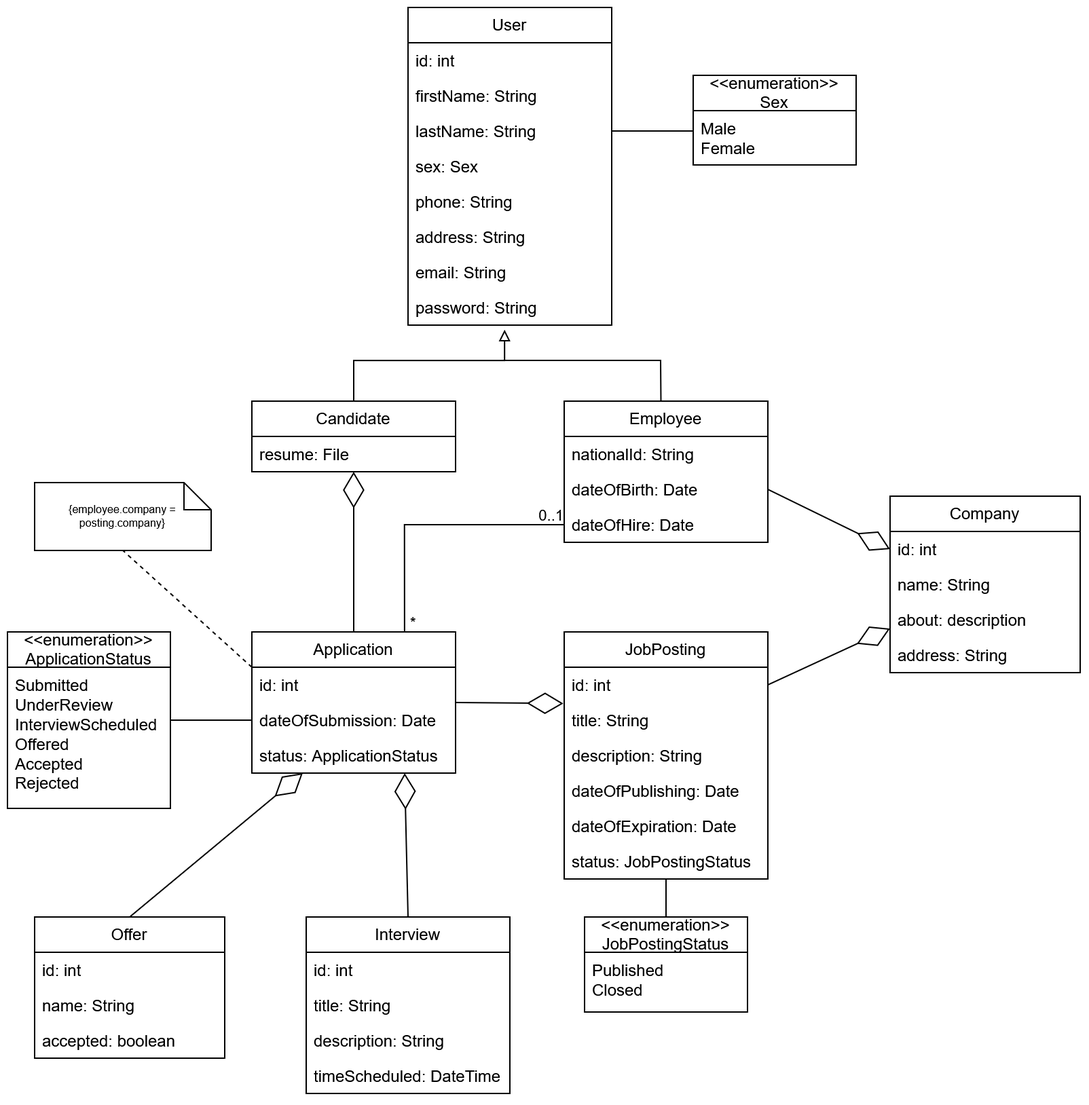
The draw.io diagram UML_Class_Diagram.png in vuk1011/job-application-system, before a commit. Source tidied: cells renumbered, new cells last; positions are measured from the earlier drawing's top-left corner, leaving out a move shared by most shapes.
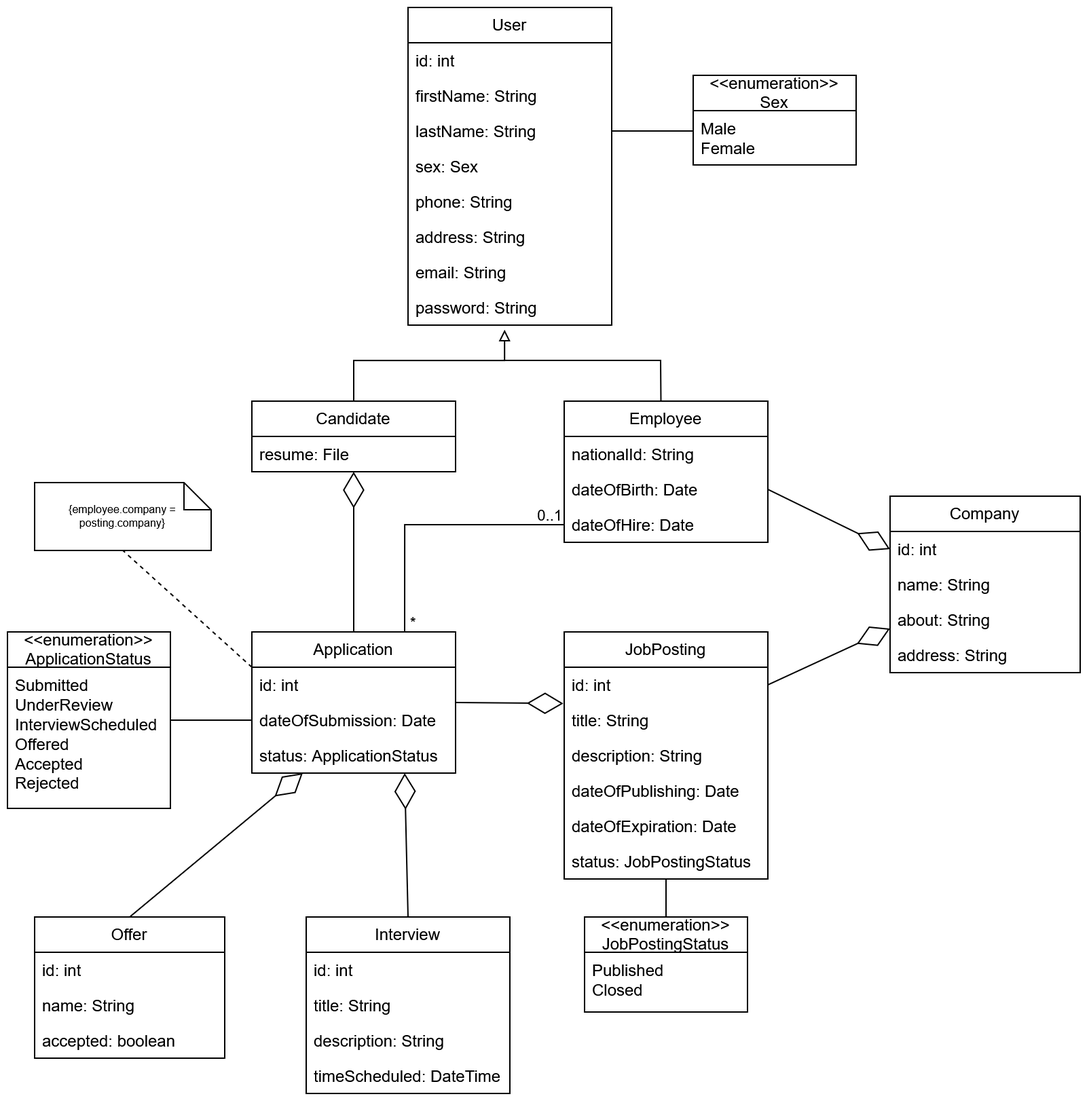
After the commit.

Commit message:
Fixed a mistake with the UML class diagram.

What changed in the source:
```diff
@@ -185,7 +185,7 @@
     <mxCell id="57" value="name: String" style="text;strokeColor=none;fillColor=none;align=left;verticalAlign=top;spacingLeft=4;spacingRight=4;overflow=hidden;whiteSpace=wrap;html=1;" parent="55" vertex="1">
       <mxGeometry y="52" width="140" height="26" as="geometry" />
     </mxCell>
-    <mxCell id="58" value="about: description" style="text;strokeColor=none;fillColor=none;align=left;verticalAlign=top;spacingLeft=4;spacingRight=4;overflow=hidden;whiteSpace=wrap;html=1;" parent="55" vertex="1">
+    <mxCell id="58" value="about: String" style="text;strokeColor=none;fillColor=none;align=left;verticalAlign=top;spacingLeft=4;spacingRight=4;overflow=hidden;whiteSpace=wrap;html=1;" parent="55" vertex="1">
       <mxGeometry y="78" width="140" height="26" as="geometry" />
     </mxCell>
     <mxCell id="59" value="address: String" style="text;strokeColor=none;fillColor=none;align=left;verticalAlign=top;spacingLeft=4;spacingRight=4;overflow=hidden;whiteSpace=wrap;html=1;" parent="55" vertex="1">
```
